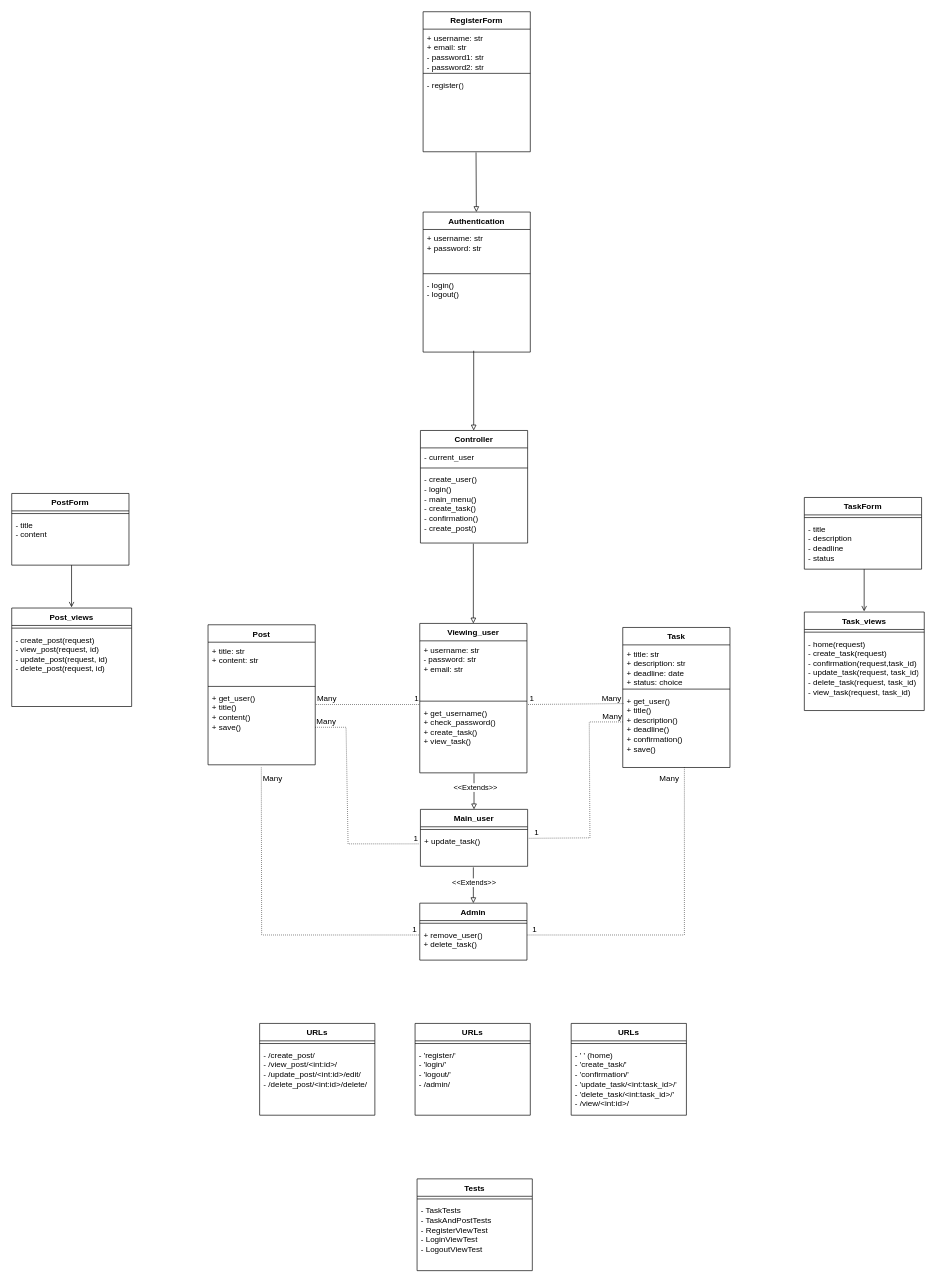
This is Sticky_notes Class diagram.drawio from DANIEL-BOERESCU/Sticky-notes, a draw.io file, before an edit. Source tidied: cells renumbered, new cells numbered last; positions are measured from the earlier drawing's top-left corner, leaving out a move shared by most shapes. Both pictures are drawn from the tidied source at 67%, with x=0, y=0 at pixel (11, 11).
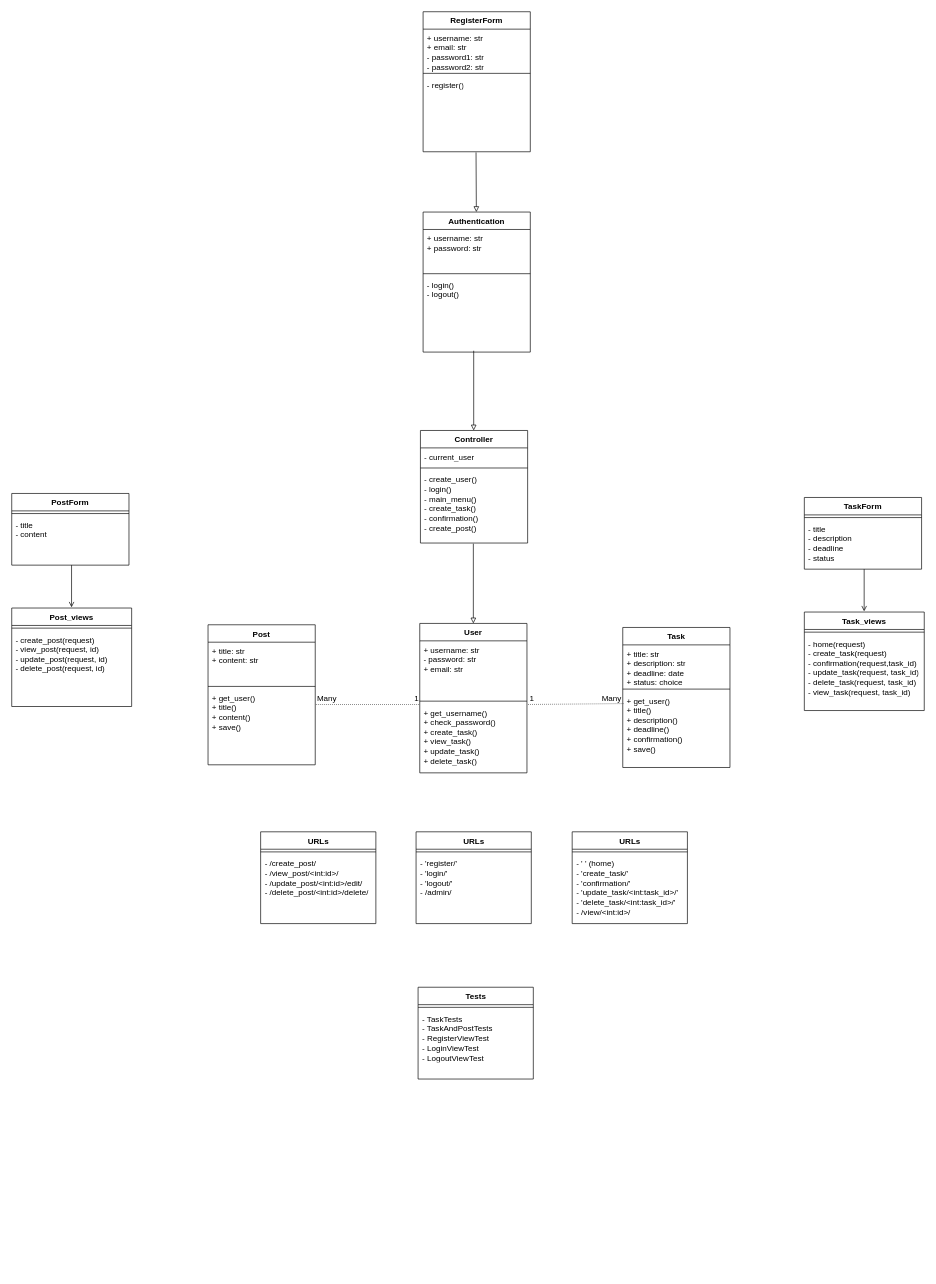
The same diagram, later.

The change refers to these unchanged cells:
```xml
<mxCell id="50" value="&lt;div&gt;+ get_user()&lt;/div&gt;&lt;div&gt;+ title()&lt;/div&gt;&lt;div&gt;&lt;span style=&quot;background-color: initial;&quot;&gt;+ content()&lt;/span&gt;&lt;br&gt;&lt;/div&gt;&lt;div&gt;&lt;span style=&quot;background-color: initial;&quot;&gt;+ save()&lt;/span&gt;&lt;br&gt;&lt;/div&gt;&lt;div&gt;&lt;br&gt;&lt;/div&gt;" style="text;strokeColor=none;fillColor=none;align=left;verticalAlign=top;spacingLeft=4;spacingRight=4;overflow=hidden;points=[[0,0.5],[1,0.5]];portConstraint=eastwest;whiteSpace=wrap;html=1;" parent="47" vertex="1">
  <mxGeometry y="96" width="160" height="113" as="geometry" />
</mxCell>
```

Change to the diagram source:
```diff
@@
-    <mxCell id="6" value="Viewing_user" style="swimlane;fontStyle=1;align=center;verticalAlign=top;horizontal=1;startSize=26;whiteSpace=wrap;html=1;" parent="1" vertex="1">
+    <mxCell id="6" value="User" style="swimlane;fontStyle=1;align=center;verticalAlign=top;horizontal=1;startSize=26;whiteSpace=wrap;html=1;" parent="1" vertex="1">
       <mxGeometry x="609" y="913" width="160" height="223" as="geometry" />
     </mxCell>
@@
-    <mxCell id="9" value="&lt;div&gt;+ get_username()&lt;/div&gt;&lt;div&gt;&lt;span style=&quot;background-color: initial;&quot;&gt;+ check_password()&lt;/span&gt;&lt;br&gt;&lt;/div&gt;&lt;div&gt;&lt;span style=&quot;background-color: initial;&quot;&gt;+ create_task()&lt;/span&gt;&lt;br&gt;&lt;/div&gt;&lt;div&gt;+ view_task()&lt;/div&gt;&lt;div&gt;&lt;br&gt;&lt;/div&gt;&lt;div&gt;&lt;br&gt;&lt;/div&gt;&lt;div&gt;&lt;br&gt;&lt;/div&gt;" style="text;strokeColor=none;fillColor=none;align=left;verticalAlign=top;spacingLeft=4;spacingRight=4;overflow=hidden;whiteSpace=wrap;html=1;" parent="6" vertex="1">
+    <mxCell id="9" value="&lt;div&gt;+ get_username()&lt;/div&gt;&lt;div&gt;&lt;span style=&quot;background-color: initial;&quot;&gt;+ check_password()&lt;/span&gt;&lt;br&gt;&lt;/div&gt;&lt;div&gt;&lt;span style=&quot;background-color: initial;&quot;&gt;+ create_task()&lt;/span&gt;&lt;br&gt;&lt;/div&gt;&lt;div&gt;+ view_task()&lt;/div&gt;&lt;div&gt;&lt;div&gt;&lt;span style=&quot;background-color: initial;&quot;&gt;+ update_task()&lt;/span&gt;&lt;br&gt;&lt;/div&gt;&lt;div&gt;+ delete_task()&lt;br&gt;&lt;/div&gt;&lt;/div&gt;" style="text;strokeColor=none;fillColor=none;align=left;verticalAlign=top;spacingLeft=4;spacingRight=4;overflow=hidden;whiteSpace=wrap;html=1;" parent="6" vertex="1">
       <mxGeometry y="120" width="160" height="103" as="geometry" />
     </mxCell>
-    <mxCell id="10" value="Admin" style="swimlane;fontStyle=1;align=center;verticalAlign=top;horizontal=1;startSize=26;whiteSpace=wrap;html=1;" parent="1" vertex="1">
-      <mxGeometry x="609" y="1330.5" width="160" height="85" as="geometry" />
-    </mxCell>
-    <mxCell id="11" style="line;strokeWidth=1;fillColor=none;align=left;verticalAlign=middle;spacingTop=-1;spacingLeft=3;spacingRight=3;labelPosition=right;strokeColor=inherit;" parent="10" vertex="1">
-      <mxGeometry y="26" width="160" height="8" as="geometry" />
-    </mxCell>
-    <mxCell id="12" value="&lt;div&gt;+ remove_user()&lt;/div&gt;&lt;div&gt;+ delete_task()&lt;br&gt;&lt;/div&gt;&lt;div&gt;&lt;br&gt;&lt;/div&gt;" style="text;strokeColor=none;fillColor=none;align=left;verticalAlign=top;spacingLeft=4;spacingRight=4;overflow=hidden;whiteSpace=wrap;html=1;" parent="10" vertex="1">
-      <mxGeometry y="34" width="160" height="51" as="geometry" />
-    </mxCell>
@@
-    <mxCell id="18" style="endArrow=block;html=1;rounded=0;entryX=0.5;entryY=0;entryDx=0;entryDy=0;endFill=0;" parent="1" edge="1" target="10">
-      <mxGeometry relative="1" as="geometry">
-        <mxPoint x="689" y="1277" as="sourcePoint" />
-      </mxGeometry>
-    </mxCell>
-    <mxCell id="19" value="Main_user" style="swimlane;fontStyle=1;align=center;verticalAlign=top;horizontal=1;startSize=26;whiteSpace=wrap;html=1;" parent="1" vertex="1">
-      <mxGeometry x="610" y="1190.5" width="160" height="85" as="geometry" />
-    </mxCell>
-    <mxCell id="20" style="line;strokeWidth=1;fillColor=none;align=left;verticalAlign=middle;spacingTop=-1;spacingLeft=3;spacingRight=3;labelPosition=right;strokeColor=inherit;" parent="19" vertex="1">
-      <mxGeometry y="26" width="160" height="8" as="geometry" />
-    </mxCell>
-    <mxCell id="21" value="&lt;div&gt;&lt;span style=&quot;background-color: initial;&quot;&gt;+ update_task()&lt;/span&gt;&lt;br&gt;&lt;/div&gt;&lt;div&gt;&lt;br&gt;&lt;/div&gt;" style="text;strokeColor=none;fillColor=none;align=left;verticalAlign=top;spacingLeft=4;spacingRight=4;overflow=hidden;points=[[0,0.5],[1,0.5]];portConstraint=eastwest;whiteSpace=wrap;html=1;" parent="19" vertex="1">
-      <mxGeometry y="34" width="160" height="51" as="geometry" />
-    </mxCell>
-    <mxCell id="22" style="endArrow=block;html=1;rounded=0;entryX=0.5;entryY=0;entryDx=0;entryDy=0;endFill=0;" parent="1" edge="1" target="19">
-      <mxGeometry relative="1" as="geometry">
-        <mxPoint x="690" y="1137" as="sourcePoint" />
-      </mxGeometry>
-    </mxCell>
-    <mxCell id="23" value="&amp;lt;&amp;lt;Extends&amp;gt;&amp;gt;" style="edgeLabel;html=1;align=center;verticalAlign=middle;" parent="22" vertex="1">
-      <mxGeometry x="-0.25" y="1" relative="1" as="geometry" />
-    </mxCell>
-    <mxCell id="24" value="&amp;lt;&amp;lt;Extends&amp;gt;&amp;gt;" style="edgeLabel;html=1;align=center;verticalAlign=middle;" parent="1" vertex="1">
-      <mxGeometry x="689" y="1299" as="geometry" />
-    </mxCell>
@@
-    <mxCell id="28" style="endArrow=none;html=1;rounded=0;dashed=1;dashPattern=1 2;entryX=1.005;entryY=0.181;entryDx=0;entryDy=0;entryPerimeter=0;" parent="1" edge="1" target="21">
-      <mxGeometry relative="1" as="geometry">
-        <mxPoint x="912" y="1060" as="sourcePoint" />
-        <Array as="points">
-          <mxPoint x="862" y="1060" />
-          <mxPoint x="863" y="1233" />
-        </Array>
-      </mxGeometry>
-    </mxCell>
-    <mxCell id="29" value="Many" style="html=1;whiteSpace=wrap;align=left;verticalAlign=bottom;" parent="28" vertex="1">
-      <mxGeometry x="-1" relative="1" as="geometry">
-        <mxPoint x="-32" as="offset" />
-      </mxGeometry>
-    </mxCell>
-    <mxCell id="30" value="1" style="html=1;whiteSpace=wrap;align=right;verticalAlign=bottom;" parent="28" vertex="1">
-      <mxGeometry x="1" relative="1" as="geometry">
-        <mxPoint x="17" as="offset" />
-      </mxGeometry>
-    </mxCell>
-    <mxCell id="31" style="endArrow=none;html=1;rounded=0;dashed=1;dashPattern=1 2;exitX=0.497;exitY=1.037;exitDx=0;exitDy=0;exitPerimeter=0;" parent="1" edge="1">
-      <mxGeometry relative="1" as="geometry">
-        <mxPoint x="1004" y="1128" as="sourcePoint" />
-        <mxPoint x="769" y="1378" as="targetPoint" />
-        <Array as="points">
-          <mxPoint x="1004" y="1378" />
-        </Array>
-      </mxGeometry>
-    </mxCell>
-    <mxCell id="32" value="Many" style="html=1;whiteSpace=wrap;align=left;verticalAlign=bottom;" parent="31" vertex="1">
-      <mxGeometry x="-1" relative="1" as="geometry">
-        <mxPoint x="-39" y="25" as="offset" />
-      </mxGeometry>
-    </mxCell>
-    <mxCell id="33" value="1" style="html=1;whiteSpace=wrap;align=right;verticalAlign=bottom;" parent="31" vertex="1">
-      <mxGeometry x="1" relative="1" as="geometry">
-        <mxPoint x="16" as="offset" />
-      </mxGeometry>
-    </mxCell>
@@
     <mxCell id="37" value="URLs" style="swimlane;fontStyle=1;align=center;verticalAlign=top;horizontal=1;startSize=26;whiteSpace=wrap;html=1;" parent="1" vertex="1">
-      <mxGeometry x="835" y="1510" width="172" height="137" as="geometry" />
+      <mxGeometry x="836.5" y="1224" width="172" height="137" as="geometry" />
     </mxCell>
@@
     <mxCell id="40" value="URLs" style="swimlane;fontStyle=1;align=center;verticalAlign=top;horizontal=1;startSize=26;whiteSpace=wrap;html=1;" parent="1" vertex="1">
-      <mxGeometry x="370" y="1510" width="172" height="137" as="geometry" />
+      <mxGeometry x="371.5" y="1224" width="172" height="137" as="geometry" />
     </mxCell>
@@
-    <mxCell id="54" style="endArrow=none;html=1;rounded=0;dashed=1;dashPattern=1 2;entryX=-0.011;entryY=0.338;entryDx=0;entryDy=0;entryPerimeter=0;" parent="1" edge="1">
-      <mxGeometry relative="1" as="geometry">
-        <mxPoint x="453" y="1068" as="sourcePoint" />
-        <mxPoint x="608" y="1242" as="targetPoint" />
-        <Array as="points">
-          <mxPoint x="499" y="1068" />
-          <mxPoint x="502" y="1242" />
-        </Array>
-      </mxGeometry>
-    </mxCell>
-    <mxCell id="55" value="Many" style="html=1;whiteSpace=wrap;align=left;verticalAlign=bottom;" parent="54" vertex="1">
-      <mxGeometry x="-1" relative="1" as="geometry" />
-    </mxCell>
-    <mxCell id="56" value="1" style="html=1;whiteSpace=wrap;align=right;verticalAlign=bottom;" parent="54" vertex="1">
-      <mxGeometry x="1" relative="1" as="geometry" />
-    </mxCell>
-    <mxCell id="57" style="endArrow=none;html=1;rounded=0;dashed=1;dashPattern=1 2;exitX=0.497;exitY=1.037;exitDx=0;exitDy=0;exitPerimeter=0;" parent="1" edge="1" source="50">
-      <mxGeometry relative="1" as="geometry">
-        <mxPoint x="608" y="1378" as="targetPoint" />
-        <Array as="points">
-          <mxPoint x="373" y="1378" />
-        </Array>
-      </mxGeometry>
-    </mxCell>
-    <mxCell id="58" value="Many" style="html=1;whiteSpace=wrap;align=left;verticalAlign=bottom;" parent="57" vertex="1">
-      <mxGeometry x="-1" relative="1" as="geometry">
-        <mxPoint y="25" as="offset" />
-      </mxGeometry>
-    </mxCell>
-    <mxCell id="59" value="1" style="html=1;whiteSpace=wrap;align=right;verticalAlign=bottom;" parent="57" vertex="1">
-      <mxGeometry x="1" relative="1" as="geometry">
-        <mxPoint x="-2" as="offset" />
-      </mxGeometry>
-    </mxCell>
@@
     <mxCell id="77" value="URLs" style="swimlane;fontStyle=1;align=center;verticalAlign=top;horizontal=1;startSize=26;whiteSpace=wrap;html=1;" parent="1" vertex="1">
-      <mxGeometry x="602" y="1510" width="172" height="137" as="geometry" />
+      <mxGeometry x="603.5" y="1224" width="172" height="137" as="geometry" />
     </mxCell>
@@
     <mxCell id="80" value="Tests" style="swimlane;fontStyle=1;align=center;verticalAlign=top;horizontal=1;startSize=26;whiteSpace=wrap;html=1;" parent="1" vertex="1">
-      <mxGeometry x="605" y="1742" width="172" height="137" as="geometry" />
+      <mxGeometry x="606.5" y="1456" width="172" height="137" as="geometry" />
     </mxCell>
```
